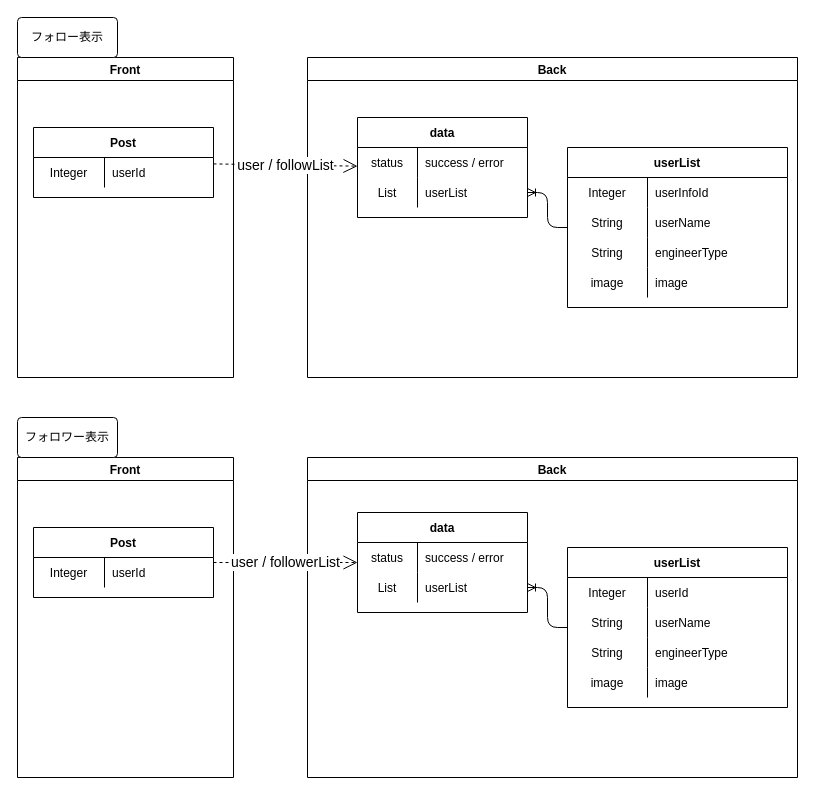
Earlier version of the draw.io diagram page "フォロー・フォロワーリスト" (6 of 16) of Designs/基本設計.drawio (yusuke-rakus/Qiish). Source tidied: cells renumbered, new cells numbered last; positions are measured from the earlier drawing's top-left corner, leaving out a move shared by most shapes. Both pictures are drawn from the tidied source at 100%, with x=0, y=0 at pixel (17, 17).
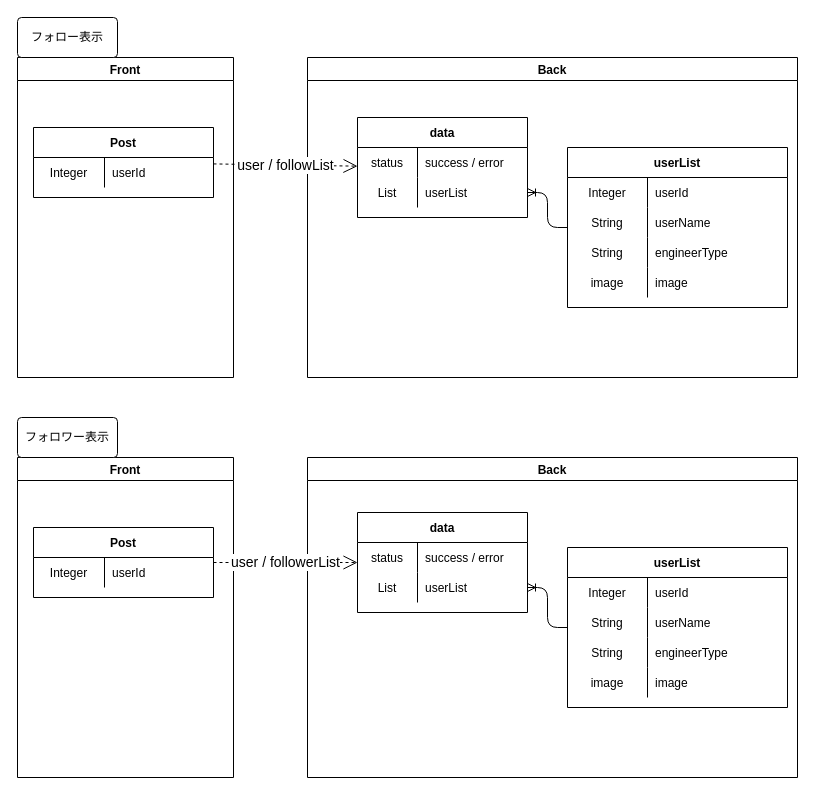
After the change.

The change refers to these unchanged cells:
```xml
<mxCell id="16" style="shape=partialRectangle;fillColor=none;top=0;left=0;bottom=0;right=0;" parent="15" vertex="1">
  <mxGeometry y="30" width="220" height="30" as="geometry" />
</mxCell>
```

Change to the diagram source:
```diff
@@
-    <mxCell id="18" value="userInfoId" style="shape=partialRectangle;fillColor=none;top=0;left=0;bottom=0;right=0;align=left;spacingLeft=6;overflow=hidden;" parent="16" vertex="1">
+    <mxCell id="18" value="userId" style="shape=partialRectangle;fillColor=none;top=0;left=0;bottom=0;right=0;align=left;spacingLeft=6;overflow=hidden;" parent="16" vertex="1">
       <mxGeometry x="80" width="140" height="30" as="geometry" />
     </mxCell>
```
